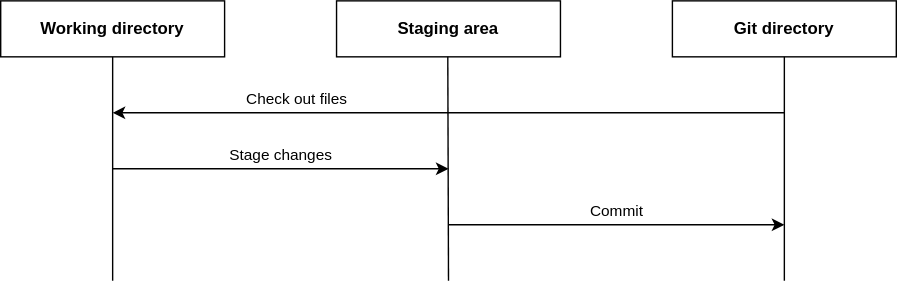
thomas-rasmussen/git-tutorial keeps this draw.io diagram as diagrams/git-project-main-parts.drawio.svg. Above is the earlier version. Source tidied: cells renumbered, new cells last; positions are measured from the earlier drawing's top-left corner, leaving out a move shared by most shapes.
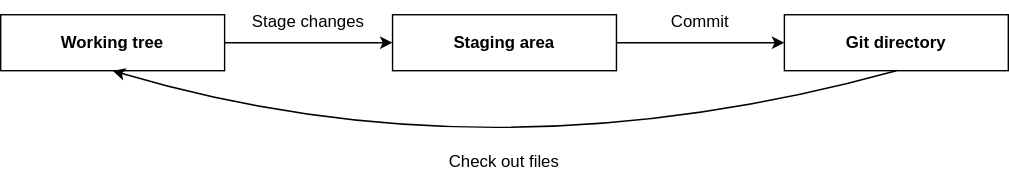
After the commit.

The edit, as a diff of the source:
```diff
@@ -2,50 +2,36 @@
   <root>
     <mxCell id="0" />
     <mxCell id="1" parent="0" />
+    <mxCell id="11" style="edgeStyle=orthogonalEdgeStyle;rounded=0;jettySize=auto;html=1;" parent="1" edge="1" source="2" target="3">
+      <mxGeometry relative="1" as="geometry" />
+    </mxCell>
-    <mxCell id="2" value="Working directory" style="rounded=0;whiteSpace=wrap;html=1;fontStyle=1;" parent="1" vertex="1">
+    <mxCell id="2" value="Working tree" style="rounded=0;whiteSpace=wrap;html=1;fontStyle=1;" parent="1" vertex="1">
       <mxGeometry width="160" height="40" as="geometry" />
     </mxCell>
+    <mxCell id="12" style="edgeStyle=orthogonalEdgeStyle;rounded=0;jettySize=auto;html=1;entryX=0;entryY=0.5;entryDx=0;entryDy=0;" parent="1" edge="1" source="3" target="4">
+      <mxGeometry relative="1" as="geometry" />
+    </mxCell>
     <mxCell id="3" value="Staging area" style="rounded=0;whiteSpace=wrap;html=1;fontStyle=1;" parent="1" vertex="1">
-      <mxGeometry x="240" width="160" height="40" as="geometry" />
+      <mxGeometry x="280" width="160" height="40" as="geometry" />
     </mxCell>
     <mxCell id="4" value="Git directory" style="rounded=0;whiteSpace=wrap;html=1;fontStyle=1;" parent="1" vertex="1">
-      <mxGeometry x="480" width="160" height="40" as="geometry" />
+      <mxGeometry x="560" width="160" height="40" as="geometry" />
     </mxCell>
-    <mxCell id="5" style="endArrow=none;html=1;rounded=0;" parent="1" edge="1">
-      <mxGeometry relative="1" as="geometry">
-        <mxPoint x="80" y="200" as="sourcePoint" />
-        <mxPoint x="80" y="40" as="targetPoint" />
-      </mxGeometry>
-    </mxCell>
-    <mxCell id="6" style="endArrow=none;html=1;rounded=0;" parent="1" edge="1">
-      <mxGeometry relative="1" as="geometry">
-        <mxPoint x="320" y="200" as="sourcePoint" />
-        <mxPoint x="319.5" y="40" as="targetPoint" />
-      </mxGeometry>
-    </mxCell>
-    <mxCell id="7" style="endArrow=none;html=1;rounded=0;" parent="1" edge="1">
-      <mxGeometry relative="1" as="geometry">
-        <mxPoint x="560" y="200" as="sourcePoint" />
-        <mxPoint x="560" y="40" as="targetPoint" />
-      </mxGeometry>
-    </mxCell>
-    <mxCell id="8" value="Check out files" style="endArrow=classic;html=1;rounded=0;verticalAlign=bottom;labelPosition=left;verticalLabelPosition=middle;align=right;spacing=3;labelBackgroundColor=none;spacingLeft=0;spacingRight=70;" parent="1" edge="1">
-      <mxGeometry relative="1" as="geometry">
-        <mxPoint x="560" y="80" as="sourcePoint" />
-        <mxPoint x="80" y="80" as="targetPoint" />
-      </mxGeometry>
-    </mxCell>
+    <mxCell id="13" style="curved=1;endArrow=classic;html=1;rounded=0;exitX=0.5;exitY=1;exitDx=0;exitDy=0;entryX=0.5;entryY=1;entryDx=0;entryDy=0;" parent="1" edge="1" source="4" target="2">
+      <mxGeometry relative="1" as="geometry">
+        <Array as="points">
+          <mxPoint x="350" y="120" />
+        </Array>
+      </mxGeometry>
+    </mxCell>
-    <mxCell id="9" value="Stage changes" style="endArrow=classic;html=1;rounded=0;verticalAlign=bottom;spacing=3;align=center;labelBackgroundColor=none;spacingRight=0;labelPosition=center;verticalLabelPosition=middle;" parent="1" edge="1">
-      <mxGeometry relative="1" as="geometry">
-        <mxPoint x="80" y="120" as="sourcePoint" />
-        <mxPoint x="320" y="120" as="targetPoint" />
-      </mxGeometry>
+    <mxCell id="9" value="Stage changes" style="text;html=1;align=center;verticalAlign=middle;whiteSpace=wrap;rounded=0;" parent="1" vertex="1">
+      <mxGeometry x="160" y="-10" width="120" height="30" as="geometry" />
     </mxCell>
-    <mxCell id="10" value="Commit" style="endArrow=classic;html=1;rounded=0;labelBackgroundColor=none;labelPosition=center;verticalLabelPosition=middle;align=center;verticalAlign=bottom;spacing=3;" parent="1" edge="1">
-      <mxGeometry relative="1" as="geometry">
-        <mxPoint x="320" y="160" as="sourcePoint" />
-        <mxPoint x="560" y="160" as="targetPoint" />
-      </mxGeometry>
+    <mxCell id="10" value="Commit" style="text;html=1;align=center;verticalAlign=middle;whiteSpace=wrap;rounded=0;" parent="1" vertex="1">
+      <mxGeometry x="440" y="-10" width="120" height="30" as="geometry" />
     </mxCell>
+    <mxCell id="8" value="Check out files" style="text;html=1;align=center;verticalAlign=middle;whiteSpace=wrap;rounded=0;" parent="1" vertex="1">
+      <mxGeometry x="300" y="90" width="120" height="30" as="geometry" />
+    </mxCell>
   </root>
 </mxGraphModel>
```
